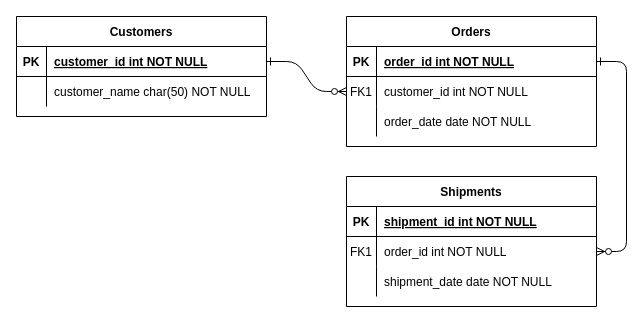
Earlier version of the draw.io diagram diagrams/ERD.drawio (BhathiyaPrasad/odoo-inventory-pasalka). Source tidied: cells renumbered, new cells numbered last; positions are measured from the earlier drawing's top-left corner, leaving out a move shared by most shapes. Both pictures are drawn from the tidied source at 100%, with x=0, y=0 at pixel (16, 16).
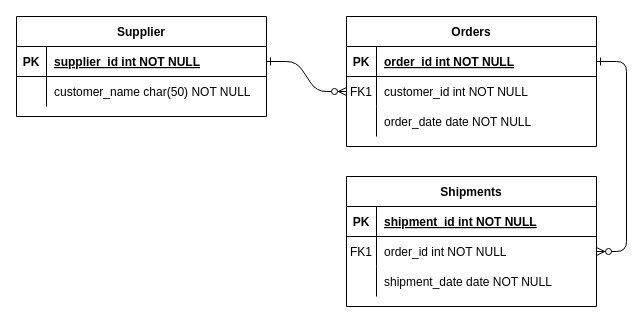
Above is the later version.

The change refers to these unchanged cells:
```xml
<mxCell id="25" style="shape=partialRectangle;fillColor=none;points=[[0,0.5],[1,0.5]];portConstraint=eastwest;top=0;left=0;right=0;bottom=1;" parent="24" vertex="1">
  <mxGeometry y="30" width="250" height="30" as="geometry" />
</mxCell>
```

The edit, as a diff of the source:
```diff
@@
-    <mxCell id="24" value="Customers" style="shape=table;startSize=30;childLayout=tableLayout;rowLines=0;fontStyle=1;align=center;" parent="1" vertex="1">
+    <mxCell id="24" value="Supplier" style="shape=table;startSize=30;childLayout=tableLayout;rowLines=0;fontStyle=1;align=center;" parent="1" vertex="1">
       <mxGeometry width="250" height="100" as="geometry" />
     </mxCell>
@@
-    <mxCell id="27" value="customer_id int NOT NULL " style="shape=partialRectangle;overflow=hidden;fillColor=none;top=0;left=0;bottom=0;right=0;align=left;spacingLeft=6;fontStyle=5;" parent="25" vertex="1">
+    <mxCell id="27" value="supplier_id int NOT NULL " style="shape=partialRectangle;overflow=hidden;fillColor=none;top=0;left=0;bottom=0;right=0;align=left;spacingLeft=6;fontStyle=5;" parent="25" vertex="1">
       <mxGeometry x="30" width="220" height="30" as="geometry" />
     </mxCell>
```
